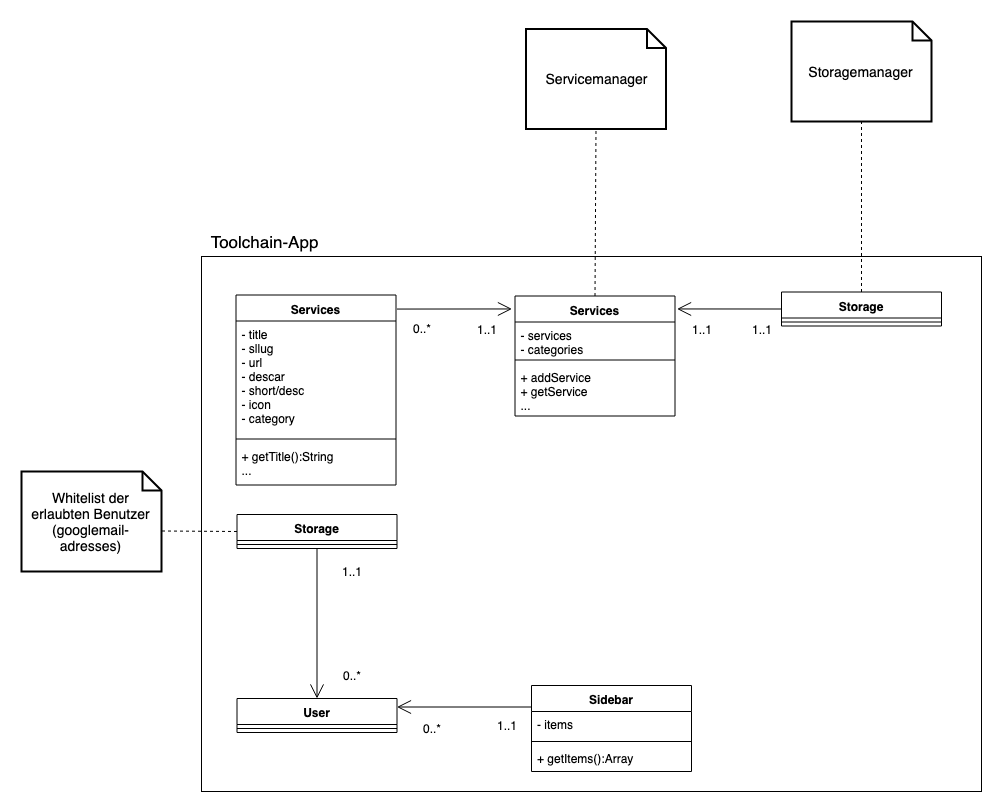
This is Klassendiagramm_Toolchain.png from seppel3599/toolchain-media, a draw.io export, as it was before one commit. Source tidied: cells renumbered, new cells last; positions are measured from the earlier drawing's top-left corner, leaving out a move shared by most shapes.
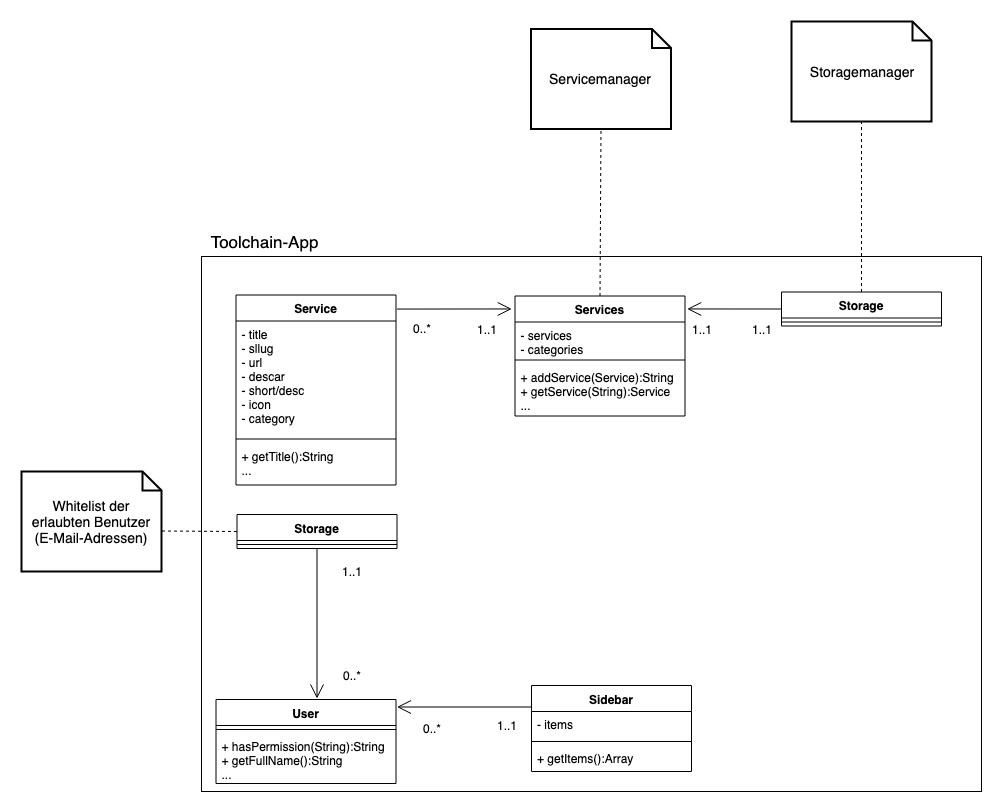
The same file after the commit.

Diff of the diagram source:
```diff
@@ -5,7 +5,7 @@
     <mxCell id="2" style="rounded=0;whiteSpace=wrap;html=1;fillColor=none;" parent="1" vertex="1">
       <mxGeometry x="180" y="235" width="780" height="535" as="geometry" />
     </mxCell>
-    <mxCell id="3" value="Services" style="swimlane;fontStyle=1;align=center;verticalAlign=top;horizontal=1;startSize=26;" parent="1" vertex="1">
+    <mxCell id="3" value="Service" style="swimlane;fontStyle=1;align=center;verticalAlign=top;horizontal=1;startSize=26;" parent="1" vertex="1">
       <mxGeometry x="214.5" y="273.5" width="160" height="190" as="geometry" />
     </mxCell>
     <mxCell id="4" value="- title &#10;- sllug &#10;- url &#10;- descar&#10;- short/desc&#10;- icon&#10;- category&#10;&#10;&#10;&#10;" style="text;strokeColor=none;fillColor=none;align=left;verticalAlign=top;spacingLeft=4;spacingRight=4;overflow=hidden;" parent="3" vertex="1">
@@ -17,12 +17,6 @@
     <mxCell id="6" value="+ getTitle():String&#10;..." style="text;strokeColor=none;fillColor=none;align=left;verticalAlign=top;spacingLeft=4;spacingRight=4;overflow=hidden;" parent="3" vertex="1">
       <mxGeometry y="148" width="160" height="42" as="geometry" />
     </mxCell>
-    <mxCell id="7" value="User" style="swimlane;fontStyle=1;align=center;verticalAlign=top;horizontal=1;startSize=26;" parent="1" vertex="1">
-      <mxGeometry x="215.5" y="677" width="160" height="34" as="geometry" />
-    </mxCell>
-    <mxCell id="8" style="line;strokeWidth=1;fillColor=none;align=left;verticalAlign=middle;spacingTop=-1;spacingLeft=3;spacingRight=3;labelPosition=right;" parent="7" vertex="1">
-      <mxGeometry y="26" width="160" height="8" as="geometry" />
-    </mxCell>
     <mxCell id="9" value="Storage" style="swimlane;fontStyle=1;align=center;verticalAlign=top;horizontal=1;startSize=26;" parent="1" vertex="1">
       <mxGeometry x="215.5" y="493" width="160" height="34" as="geometry" />
     </mxCell>
@@ -42,16 +36,16 @@
       <mxGeometry y="60" width="160" height="26" as="geometry" />
     </mxCell>
     <mxCell id="15" value="Services" style="swimlane;fontStyle=1;align=center;verticalAlign=top;horizontal=1;startSize=26;" parent="1" vertex="1">
-      <mxGeometry x="493.5" y="274.5" width="160" height="120" as="geometry" />
+      <mxGeometry x="493.5" y="274.5" width="170" height="120" as="geometry" />
     </mxCell>
     <mxCell id="16" value="- services&#10;- categories&#10;" style="text;strokeColor=none;fillColor=none;align=left;verticalAlign=top;spacingLeft=4;spacingRight=4;overflow=hidden;" parent="15" vertex="1">
-      <mxGeometry y="26" width="160" height="34" as="geometry" />
+      <mxGeometry y="26" width="170" height="34" as="geometry" />
     </mxCell>
     <mxCell id="17" style="line;strokeWidth=1;fillColor=none;align=left;verticalAlign=middle;spacingTop=-1;spacingLeft=3;spacingRight=3;labelPosition=right;" parent="15" vertex="1">
-      <mxGeometry y="60" width="160" height="8" as="geometry" />
+      <mxGeometry y="60" width="170" height="8" as="geometry" />
     </mxCell>
-    <mxCell id="18" value="+ addService&#10;+ getService&#10;...&#10;" style="text;strokeColor=none;fillColor=none;align=left;verticalAlign=top;spacingLeft=4;spacingRight=4;overflow=hidden;" parent="15" vertex="1">
-      <mxGeometry y="68" width="160" height="52" as="geometry" />
+    <mxCell id="18" value="+ addService(Service):String&#10;+ getService(String):Service&#10;...&#10;" style="text;strokeColor=none;fillColor=none;align=left;verticalAlign=top;spacingLeft=4;spacingRight=4;overflow=hidden;" parent="15" vertex="1">
+      <mxGeometry y="68" width="170" height="52" as="geometry" />
     </mxCell>
     <mxCell id="19" value="Storage" style="swimlane;fontStyle=1;align=center;verticalAlign=top;horizontal=1;startSize=26;" parent="1" vertex="1">
       <mxGeometry x="760" y="270.5" width="160" height="34" as="geometry" />
@@ -62,14 +56,14 @@
     <mxCell id="21" value="&lt;font style=&quot;font-size: 17px&quot;&gt;Toolchain-App&lt;/font&gt;" style="text;html=1;strokeColor=none;fillColor=none;align=center;verticalAlign=middle;whiteSpace=wrap;rounded=0;" parent="1" vertex="1">
       <mxGeometry x="180" y="210" width="125" height="20" as="geometry" />
     </mxCell>
-    <mxCell id="22" value="Whitelist der erlaubten Benutzer (googlemail-adresses)" style="shape=note;strokeWidth=2;fontSize=14;size=19;whiteSpace=wrap;html=1;" parent="1" vertex="1">
+    <mxCell id="22" value="Whitelist der erlaubten Benutzer (E-Mail-Adressen)" style="shape=note;strokeWidth=2;fontSize=14;size=19;whiteSpace=wrap;html=1;" parent="1" vertex="1">
       <mxGeometry y="450" width="140" height="100" as="geometry" />
     </mxCell>
     <mxCell id="23" style="endArrow=none;dashed=1;html=1;entryX=0;entryY=0;entryDx=140;entryDy=59.5;entryPerimeter=0;exitX=0;exitY=0.5;exitDx=0;exitDy=0;" parent="1" edge="1" source="9" target="22">
       <mxGeometry relative="1" as="geometry" />
     </mxCell>
     <mxCell id="24" value="Servicemanager" style="shape=note;strokeWidth=2;fontSize=14;size=19;whiteSpace=wrap;html=1;" parent="1" vertex="1">
-      <mxGeometry x="504.5" y="7.5" width="140" height="100" as="geometry" />
+      <mxGeometry x="509.5" y="7.5" width="140" height="100" as="geometry" />
     </mxCell>
     <mxCell id="25" style="endArrow=none;dashed=1;html=1;entryX=0.5;entryY=1;entryDx=0;entryDy=0;entryPerimeter=0;exitX=0.5;exitY=0;exitDx=0;exitDy=0;" parent="1" edge="1" source="15" target="24">
       <mxGeometry relative="1" as="geometry" />
@@ -80,11 +74,15 @@
     <mxCell id="27" style="endArrow=none;dashed=1;html=1;entryX=0.5;entryY=1;entryDx=0;entryDy=0;entryPerimeter=0;exitX=0.5;exitY=0;exitDx=0;exitDy=0;" parent="1" edge="1" source="19" target="26">
       <mxGeometry relative="1" as="geometry" />
     </mxCell>
-    <mxCell id="28" style="endArrow=open;endFill=1;endSize=12;html=1;entryX=0.5;entryY=0;entryDx=0;entryDy=0;exitX=0.5;exitY=1;exitDx=0;exitDy=0;" parent="1" edge="1" source="9" target="7">
-      <mxGeometry relative="1" as="geometry" />
+    <mxCell id="28" style="endArrow=open;endFill=1;endSize=12;html=1;entryX=0.5;entryY=0;entryDx=0;entryDy=0;exitX=0.5;exitY=1;exitDx=0;exitDy=0;" parent="1" edge="1" source="9">
+      <mxGeometry relative="1" as="geometry">
+        <mxPoint x="295.5" y="677" as="targetPoint" />
+      </mxGeometry>
     </mxCell>
-    <mxCell id="29" style="endArrow=open;endFill=1;endSize=12;html=1;entryX=1;entryY=0.25;entryDx=0;entryDy=0;exitX=0;exitY=0.25;exitDx=0;exitDy=0;" parent="1" edge="1" source="11" target="7">
-      <mxGeometry relative="1" as="geometry" />
+    <mxCell id="29" style="endArrow=open;endFill=1;endSize=12;html=1;entryX=1;entryY=0.25;entryDx=0;entryDy=0;exitX=0;exitY=0.25;exitDx=0;exitDy=0;" parent="1" edge="1" source="11">
+      <mxGeometry relative="1" as="geometry">
+        <mxPoint x="375.5" y="685.5" as="targetPoint" />
+      </mxGeometry>
     </mxCell>
     <mxCell id="30" style="endArrow=open;endFill=1;endSize=12;html=1;entryX=-0.019;entryY=0.108;entryDx=0;entryDy=0;entryPerimeter=0;exitX=1.006;exitY=0.074;exitDx=0;exitDy=0;exitPerimeter=0;" parent="1" edge="1" source="3" target="15">
       <mxGeometry relative="1" as="geometry" />
@@ -116,5 +114,14 @@
     <mxCell id="39" value="1..1" style="text;html=1;strokeColor=none;fillColor=none;align=center;verticalAlign=middle;whiteSpace=wrap;rounded=0;" parent="1" vertex="1">
       <mxGeometry x="720" y="297.5" width="40" height="20" as="geometry" />
     </mxCell>
+    <mxCell id="7" value="User" style="swimlane;fontStyle=1;align=center;verticalAlign=top;horizontal=1;startSize=26;" parent="1" vertex="1">
+      <mxGeometry x="194.5" y="678" width="180" height="84" as="geometry" />
+    </mxCell>
+    <mxCell id="40" style="line;strokeWidth=1;fillColor=none;align=left;verticalAlign=middle;spacingTop=-1;spacingLeft=3;spacingRight=3;labelPosition=right;" parent="7" vertex="1">
+      <mxGeometry y="26" width="180" height="8" as="geometry" />
+    </mxCell>
+    <mxCell id="41" value="+ hasPermission(String):String&#10;+ getFullName():String&#10;..." style="text;strokeColor=none;fillColor=none;align=left;verticalAlign=top;spacingLeft=4;spacingRight=4;overflow=hidden;" parent="7" vertex="1">
+      <mxGeometry y="34" width="180" height="50" as="geometry" />
+    </mxCell>
   </root>
 </mxGraphModel>
```
